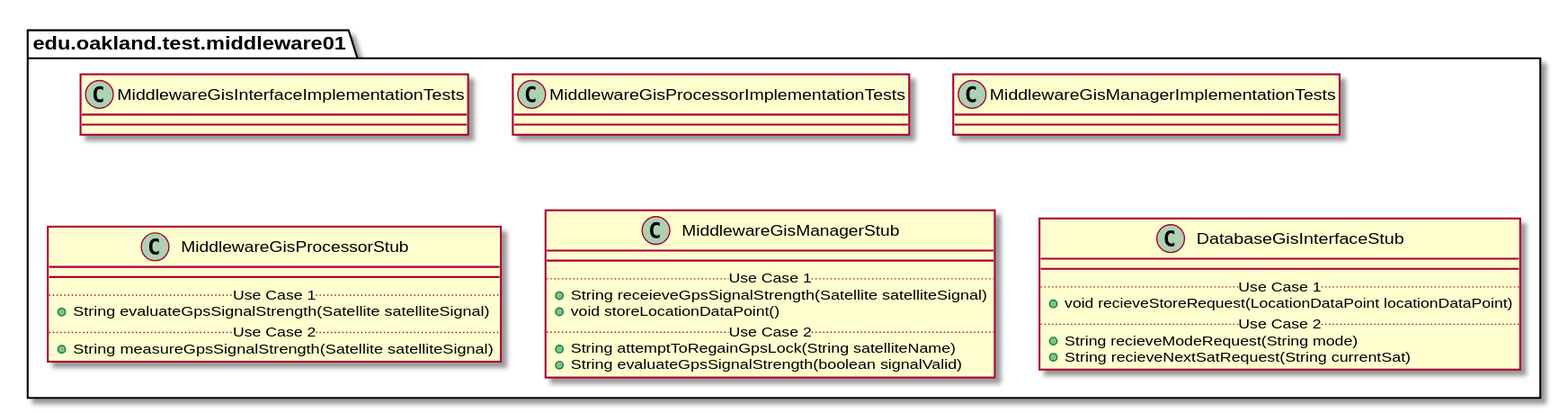
elilley15/csi-3370-software-project keeps this PlantUML diagram as docs/uml-class-diagrams/middleware01/test/Middleware01TestPackage.svg. Above is the earlier version.
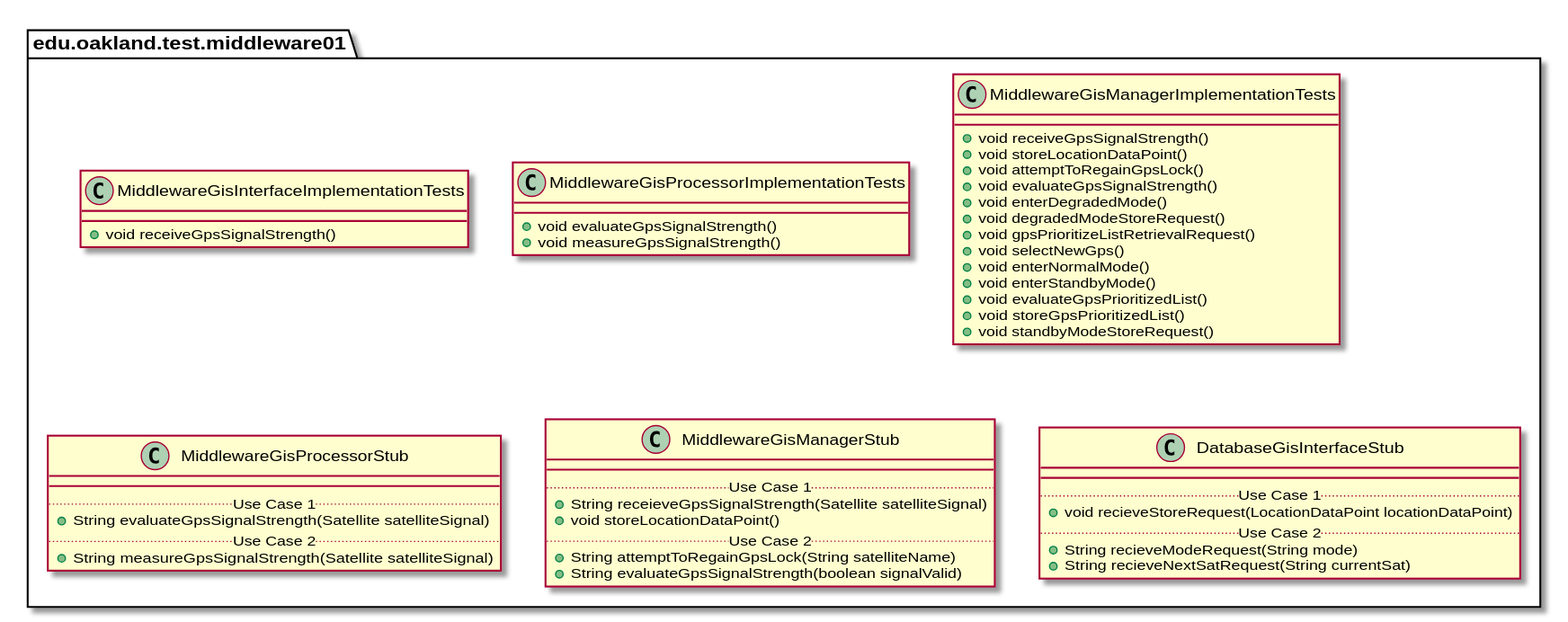
Above is the later version.

Change to the diagram source:
```diff
@@ -6,23 +6,36 @@
 
 
 package edu.oakland.test.middleware01 {
-    class MiddlewareGisInterfaceImplementationTests {
-
-    }
+  class MiddlewareGisInterfaceImplementationTests {
+    + void receiveGpsSignalStrength()
+  }
 }
 
 
 package edu.oakland.test.middleware01 {
-    class MiddlewareGisProcessorImplementationTests {
-
-    }
+  class MiddlewareGisProcessorImplementationTests {
+    + void evaluateGpsSignalStrength()
+    + void measureGpsSignalStrength()
+  }
 }
 
 
 package edu.oakland.test.middleware01 {
-    class MiddlewareGisManagerImplementationTests {
-
-    }
+  class MiddlewareGisManagerImplementationTests {
+    + void receiveGpsSignalStrength()
+    + void storeLocationDataPoint()
+    + void attemptToRegainGpsLock()
+    + void evaluateGpsSignalStrength()
+    + void enterDegradedMode()
+    + void degradedModeStoreRequest()
+    + void gpsPrioritizeListRetrievalRequest()
+    + void selectNewGps()
+    + void enterNormalMode()
+    + void enterStandbyMode()
+    + void evaluateGpsPrioritizedList()
+    + void storeGpsPrioritizedList()
+    + void standbyModeStoreRequest()
+  }
 }
 
 
```
